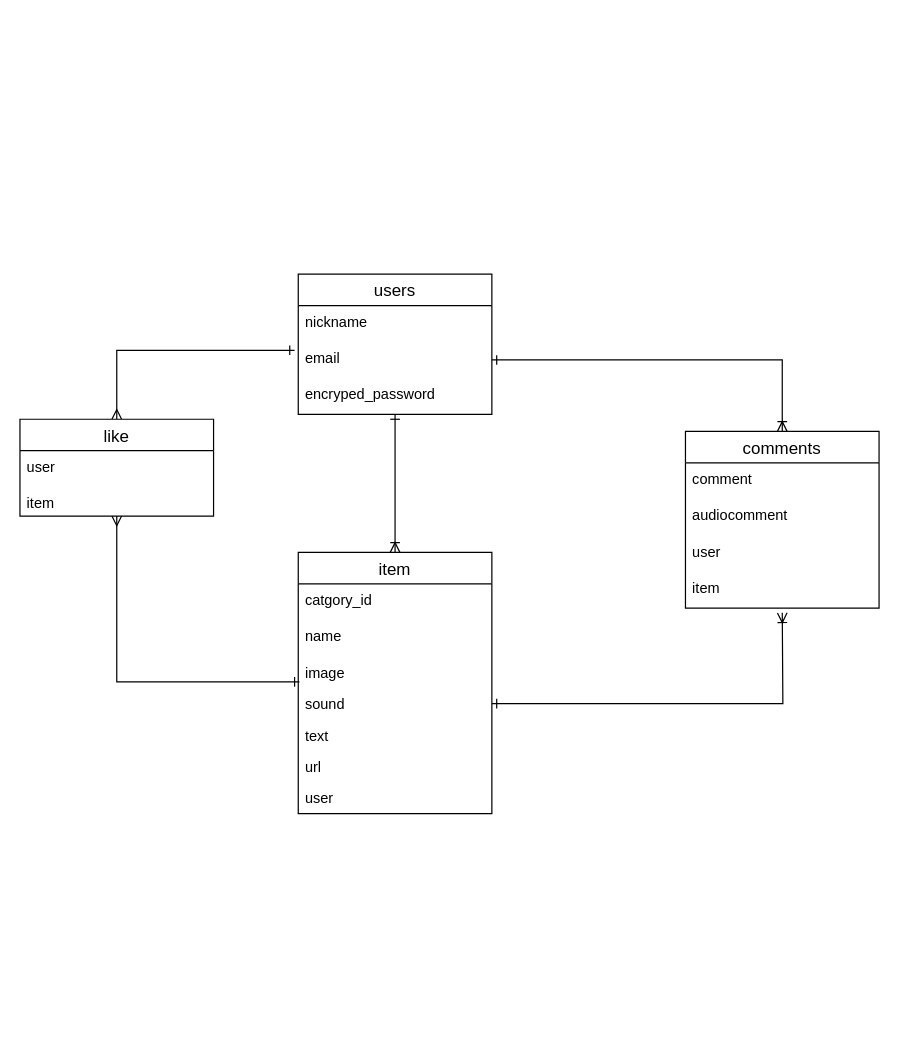
Before: sound-review.dio in sugiryota/Review, a draw.io diagram. Source tidied: cells renumbered, new cells numbered last; positions are measured from the earlier drawing's top-left corner, leaving out a move shared by most shapes. Both pictures are drawn from the tidied source at 121%, with x=0, y=0 at pixel (19, 273).
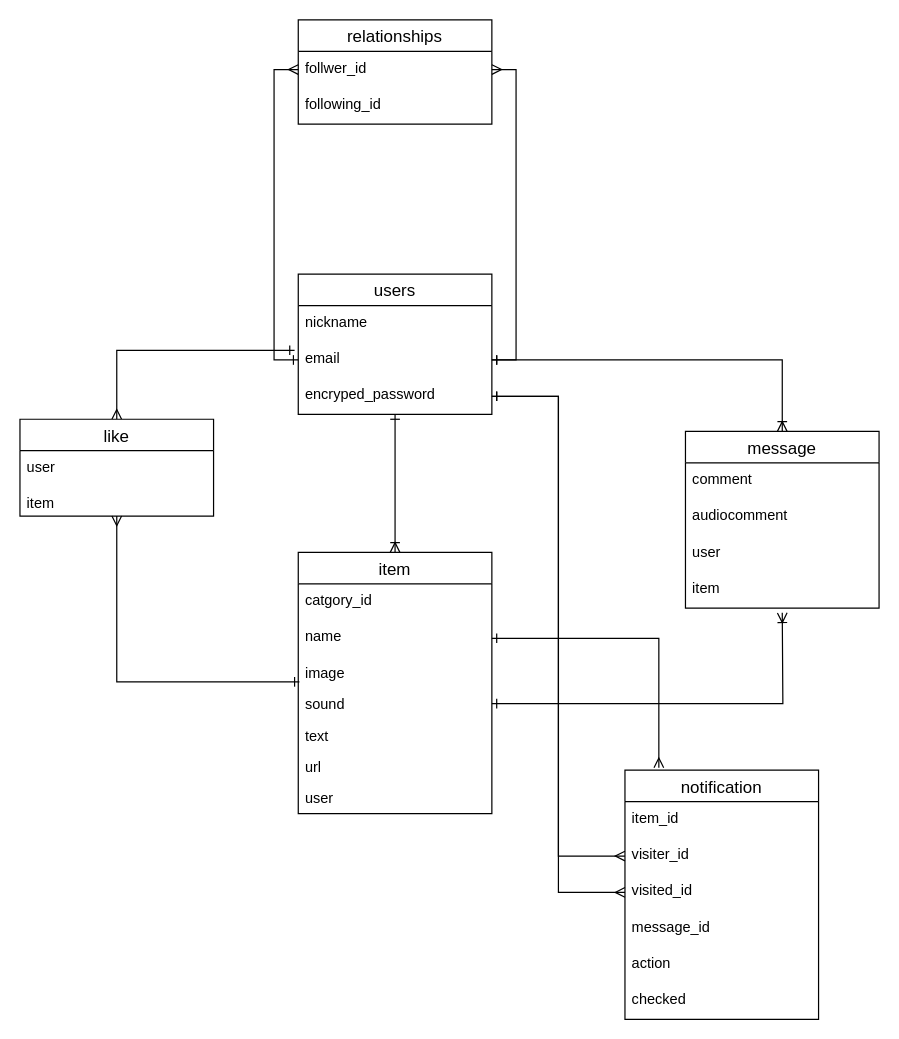
The same page after the edit.

Unchanged cells that the change refers to:
```xml
<mxCell id="5" value="email" style="text;strokeColor=none;fillColor=none;spacingLeft=4;spacingRight=4;overflow=hidden;points=[[0,0.5],[1,0.5]];portConstraint=eastwest;fontSize=12;" parent="3" vertex="1">
  <mxGeometry y="56" width="160" height="30" as="geometry" />
</mxCell>
<mxCell id="6" value="encryped_password" style="text;strokeColor=none;fillColor=none;spacingLeft=4;spacingRight=4;overflow=hidden;points=[[0,0.5],[1,0.5]];portConstraint=eastwest;fontSize=12;" parent="3" vertex="1">
  <mxGeometry y="86" width="160" height="30" as="geometry" />
</mxCell>
<mxCell id="9" value="name" style="text;strokeColor=none;fillColor=none;spacingLeft=4;spacingRight=4;overflow=hidden;points=[[0,0.5],[1,0.5]];portConstraint=eastwest;fontSize=12;" parent="7" vertex="1">
  <mxGeometry y="56" width="160" height="30" as="geometry" />
</mxCell>
```

The edit, as a diff of the source:
```diff
@@
-    <mxCell id="15" value="comments" style="swimlane;fontStyle=0;horizontal=1;startSize=26;align=center;fontSize=14;" parent="1" vertex="1">
+    <mxCell id="15" value="message" style="swimlane;fontStyle=0;horizontal=1;startSize=26;align=center;fontSize=14;" parent="1" vertex="1">
       <mxGeometry x="550" y="130" width="160" height="146" as="geometry" />
     </mxCell>
@@
+    <mxCell id="27" value="relationships" style="swimlane;fontStyle=0;horizontal=1;startSize=26;align=center;fontSize=14;" parent="1" vertex="1">
+      <mxGeometry x="230" y="-210" width="160" height="86" as="geometry" />
+    </mxCell>
+    <mxCell id="28" value="follwer_id" style="text;strokeColor=none;fillColor=none;spacingLeft=4;spacingRight=4;overflow=hidden;points=[[0,0.5],[1,0.5]];portConstraint=eastwest;fontSize=12;" parent="27" vertex="1">
+      <mxGeometry y="26" width="160" height="30" as="geometry" />
+    </mxCell>
+    <mxCell id="29" value="following_id" style="text;strokeColor=none;fillColor=none;spacingLeft=4;spacingRight=4;overflow=hidden;fontSize=12;" parent="27" vertex="1">
+      <mxGeometry y="56" width="160" height="30" as="geometry" />
+    </mxCell>
+    <mxCell id="30" style="edgeStyle=orthogonalEdgeStyle;rounded=0;jettySize=auto;html=1;exitX=1;exitY=0.5;exitDx=0;exitDy=0;entryX=1;entryY=0.5;entryDx=0;entryDy=0;endArrow=ERmany;endFill=0;startArrow=ERone;startFill=0;" parent="1" edge="1" source="5" target="28">
+      <mxGeometry relative="1" as="geometry" />
+    </mxCell>
+    <mxCell id="31" style="edgeStyle=orthogonalEdgeStyle;rounded=0;jettySize=auto;html=1;entryX=0;entryY=0.5;entryDx=0;entryDy=0;startArrow=ERone;startFill=0;endArrow=ERmany;endFill=0;" parent="1" edge="1" source="5" target="28">
+      <mxGeometry relative="1" as="geometry" />
+    </mxCell>
+    <mxCell id="32" value="notification" style="swimlane;fontStyle=0;horizontal=1;startSize=26;align=center;fontSize=14;" parent="1" vertex="1">
+      <mxGeometry x="500" y="410" width="160" height="206" as="geometry" />
+    </mxCell>
+    <mxCell id="33" value="item_id" style="text;strokeColor=none;fillColor=none;spacingLeft=4;spacingRight=4;overflow=hidden;fontSize=12;" parent="32" vertex="1">
+      <mxGeometry y="26" width="160" height="30" as="geometry" />
+    </mxCell>
+    <mxCell id="34" value="visiter_id" style="text;strokeColor=none;fillColor=none;spacingLeft=4;spacingRight=4;overflow=hidden;points=[[0,0.5],[1,0.5]];portConstraint=eastwest;fontSize=12;" parent="32" vertex="1">
+      <mxGeometry y="56" width="160" height="30" as="geometry" />
+    </mxCell>
+    <mxCell id="35" value="visited_id" style="text;strokeColor=none;fillColor=none;spacingLeft=4;spacingRight=4;overflow=hidden;points=[[0,0.5],[1,0.5]];portConstraint=eastwest;fontSize=12;" parent="32" vertex="1">
+      <mxGeometry y="86" width="160" height="30" as="geometry" />
+    </mxCell>
+    <mxCell id="36" value="message_id" style="text;strokeColor=none;fillColor=none;spacingLeft=4;spacingRight=4;overflow=hidden;fontSize=12;" parent="32" vertex="1">
+      <mxGeometry y="116" width="160" height="30" as="geometry" />
+    </mxCell>
+    <mxCell id="37" value="action" style="text;strokeColor=none;fillColor=none;spacingLeft=4;spacingRight=4;overflow=hidden;fontSize=12;" parent="32" vertex="1">
+      <mxGeometry y="146" width="160" height="30" as="geometry" />
+    </mxCell>
+    <mxCell id="38" value="checked" style="text;strokeColor=none;fillColor=none;spacingLeft=4;spacingRight=4;overflow=hidden;fontSize=12;" parent="32" vertex="1">
+      <mxGeometry y="176" width="160" height="30" as="geometry" />
+    </mxCell>
+    <mxCell id="39" style="edgeStyle=orthogonalEdgeStyle;rounded=0;jettySize=auto;html=1;entryX=0;entryY=0.5;entryDx=0;entryDy=0;startArrow=ERone;startFill=0;endArrow=ERmany;endFill=0;" parent="1" edge="1" source="6" target="34">
+      <mxGeometry relative="1" as="geometry" />
+    </mxCell>
+    <mxCell id="40" style="edgeStyle=orthogonalEdgeStyle;rounded=0;jettySize=auto;html=1;entryX=0;entryY=0.5;entryDx=0;entryDy=0;startArrow=ERone;startFill=0;endArrow=ERmany;endFill=0;" parent="1" edge="1" source="6" target="35">
+      <mxGeometry relative="1" as="geometry" />
+    </mxCell>
+    <mxCell id="41" style="edgeStyle=orthogonalEdgeStyle;rounded=0;jettySize=auto;html=1;exitX=1;exitY=0.5;exitDx=0;exitDy=0;entryX=0.175;entryY=-0.01;entryDx=0;entryDy=0;entryPerimeter=0;startArrow=ERone;startFill=0;endArrow=ERmany;endFill=0;" parent="1" edge="1" source="9" target="32">
+      <mxGeometry relative="1" as="geometry" />
+    </mxCell>
```
